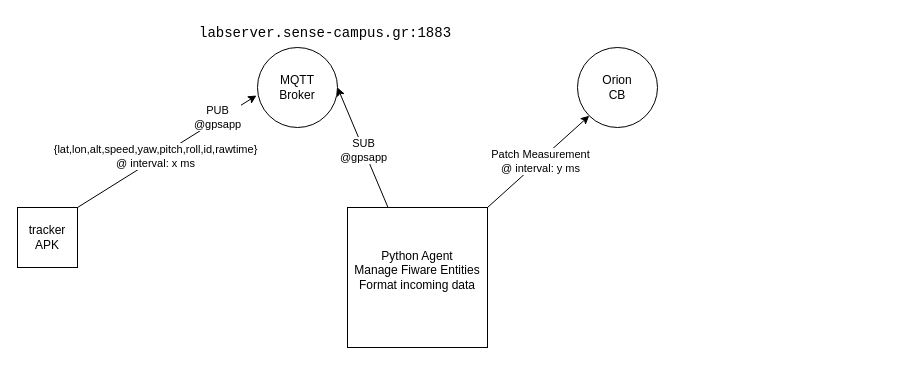
The draw.io diagram tracker/tracker_apk.drawio in Skorpinakos/NGSI-Scene-Description-Compliant-Viewer, before the edit. Source tidied: cells renumbered, new cells numbered last; positions are measured from the earlier drawing's top-left corner, leaving out a move shared by most shapes. Both pictures are drawn from the tidied source at 100%, with x=0, y=0 at pixel (17, 17).
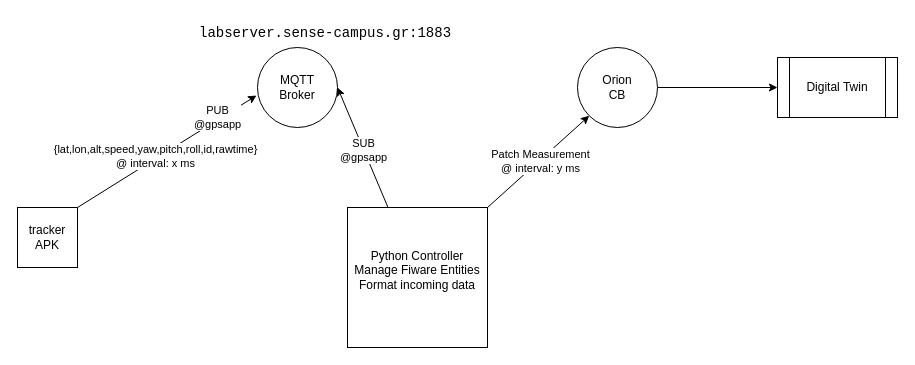
The same diagram, later.

Diff of the diagram source:
```diff
@@
 <mxGraphModel>
   <root>
     <mxCell id="0" />
     <mxCell id="1" parent="0" />
     <mxCell id="2" value="tracker&lt;br&gt;APK" style="rounded=0;whiteSpace=wrap;html=1;" parent="1" vertex="1">
       <mxGeometry y="190" width="60" height="60" as="geometry" />
     </mxCell>
     <mxCell id="3" value="MQTT&lt;br&gt;Broker" style="ellipse;whiteSpace=wrap;html=1;" parent="1" vertex="1">
       <mxGeometry x="240" y="30" width="80" height="80" as="geometry" />
     </mxCell>
     <mxCell id="4" value="&lt;div style=&quot;font-family: Consolas, &amp;quot;Courier New&amp;quot;, monospace; font-size: 14px; line-height: 19px; white-space: pre;&quot;&gt;&lt;span&gt;&lt;font style=&quot;color: rgb(0, 0, 0);&quot;&gt;labserver.sense-campus.gr:1883&lt;/font&gt;&lt;/span&gt;&lt;/div&gt;" style="text;whiteSpace=wrap;html=1;" parent="1" vertex="1">
       <mxGeometry x="180" width="240" height="30" as="geometry" />
     </mxCell>
     <mxCell id="5" style="endArrow=classic;html=1;entryX=-0.012;entryY=0.6;entryDx=0;entryDy=0;entryPerimeter=0;exitX=1;exitY=0;exitDx=0;exitDy=0;" parent="1" edge="1" source="2" target="3">
       <mxGeometry relative="1" as="geometry" />
     </mxCell>
     <mxCell id="6" value="{lat,lon,alt,speed,yaw,pitch,roll,id,rawtime}&lt;br&gt;@ interval: x ms" style="edgeLabel;html=1;align=center;verticalAlign=middle;" parent="5" vertex="1">
       <mxGeometry x="-0.12" y="3" relative="1" as="geometry" />
     </mxCell>
     <mxCell id="7" value="PUB&lt;br&gt;@gpsapp" style="edgeLabel;html=1;align=center;verticalAlign=middle;" parent="5" vertex="1">
       <mxGeometry x="0.67" y="1" relative="1" as="geometry">
         <mxPoint x="-9" y="4" as="offset" />
       </mxGeometry>
     </mxCell>
     <mxCell id="8" value="Orion&lt;br&gt;CB" style="ellipse;whiteSpace=wrap;html=1;" parent="1" vertex="1">
       <mxGeometry x="560" y="30" width="80" height="80" as="geometry" />
     </mxCell>
     <mxCell id="9" style="edgeStyle=none;html=1;entryX=1;entryY=0.5;entryDx=0;entryDy=0;" parent="1" edge="1" source="11" target="3">
       <mxGeometry relative="1" as="geometry" />
     </mxCell>
     <mxCell id="10" value="SUB&lt;br&gt;@gpsapp" style="edgeLabel;html=1;align=center;verticalAlign=middle;" parent="9" vertex="1">
       <mxGeometry x="-0.05" relative="1" as="geometry">
         <mxPoint x="-1" as="offset" />
       </mxGeometry>
     </mxCell>
-    <mxCell id="11" value="Python Agent&lt;br&gt;&lt;div&gt;Manage Fiware Entities&lt;/div&gt;&lt;div&gt;Format incoming data&lt;/div&gt;&lt;div&gt;&lt;br&gt;&lt;/div&gt;" style="whiteSpace=wrap;html=1;" parent="1" vertex="1">
+    <mxCell id="11" value="Python Controller&lt;br&gt;&lt;div&gt;Manage Fiware Entities&lt;/div&gt;&lt;div&gt;Format incoming data&lt;/div&gt;&lt;div&gt;&lt;br&gt;&lt;/div&gt;" style="whiteSpace=wrap;html=1;" parent="1" vertex="1">
       <mxGeometry x="330" y="190" width="140" height="140" as="geometry" />
     </mxCell>
     <mxCell id="12" style="endArrow=classic;html=1;exitX=1;exitY=0;exitDx=0;exitDy=0;entryX=0;entryY=1;entryDx=0;entryDy=0;" parent="1" edge="1" source="11" target="8">
       <mxGeometry relative="1" as="geometry" />
     </mxCell>
     <mxCell id="13" value="Patch Measurement&lt;br&gt;@ interval: y ms" style="edgeLabel;html=1;align=center;verticalAlign=middle;" parent="12" vertex="1">
       <mxGeometry x="0.02" y="-1" relative="1" as="geometry" />
     </mxCell>
+    <mxCell id="14" style="endArrow=classic;html=1;exitX=1;exitY=0.5;exitDx=0;exitDy=0;" parent="1" edge="1" source="8" target="15">
+      <mxGeometry relative="1" as="geometry" />
+    </mxCell>
+    <mxCell id="15" value="Digital Twin" style="shape=process;whiteSpace=wrap;html=1;backgroundOutline=1;" parent="1" vertex="1">
+      <mxGeometry x="760" y="40" width="120" height="60" as="geometry" />
+    </mxCell>
   </root>
 </mxGraphModel>
```
